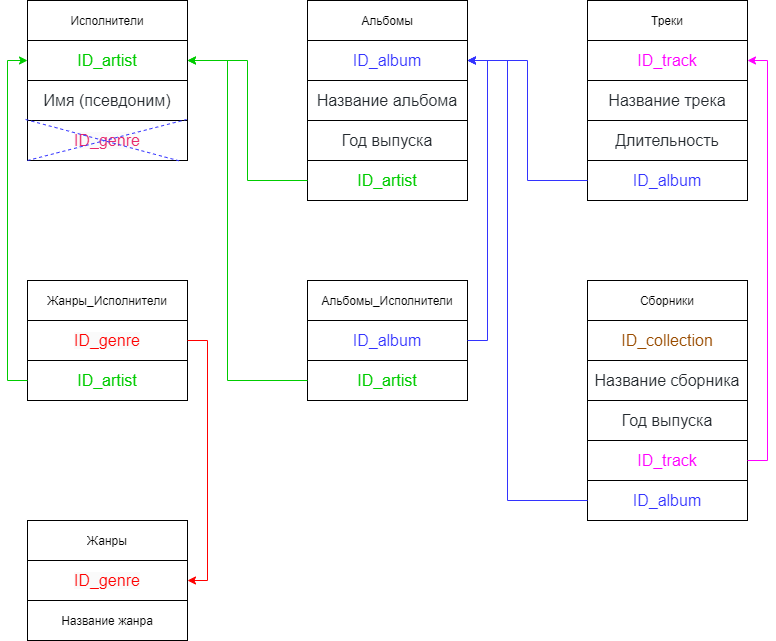
Above: 21.08.2021_database_diagram_#2.png in Iusar/SQL_3 (draw.io), before the change. Source tidied: cells renumbered, new cells last; positions are measured from the earlier drawing's top-left corner, leaving out a move shared by most shapes.
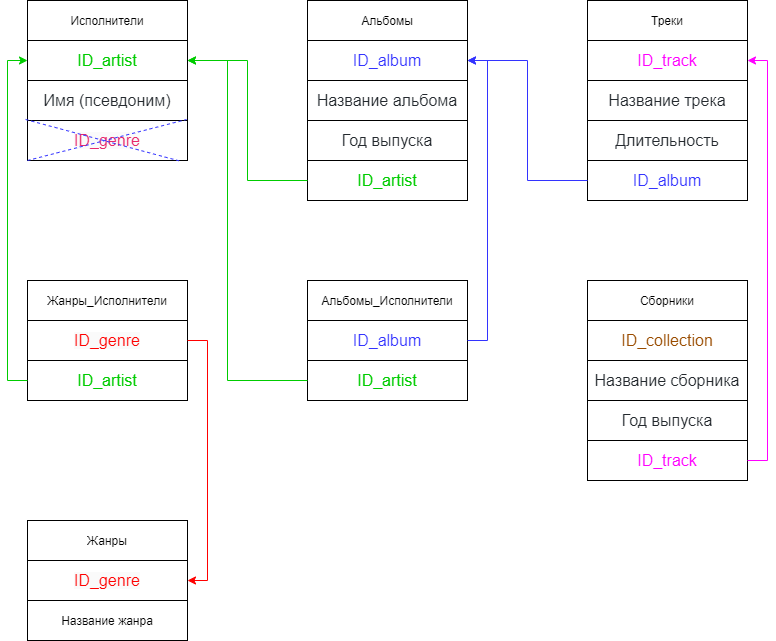
Above is the later version.

Commit message:
Diagram corrected

The edit, as a diff of the source:
```diff
@@ -232,7 +232,7 @@
       </mxGeometry>
     </mxCell>
     <mxCell id="64" style="shape=table;startSize=0;" parent="1" vertex="1">
-      <mxGeometry x="580" y="280" width="160" height="240" as="geometry" />
+      <mxGeometry x="580" y="280" width="160" height="200" as="geometry" />
     </mxCell>
     <mxCell id="65" style="shape=partialRectangle;fillColor=none;top=0;left=0;bottom=0;right=0;" parent="64" vertex="1">
       <mxGeometry width="160" height="40" as="geometry" />
@@ -264,18 +264,12 @@
     <mxCell id="74" value="&lt;span style=&quot;font-size: 16px&quot;&gt;&lt;font color=&quot;#ff00ff&quot;&gt;ID_track&lt;/font&gt;&lt;/span&gt;" style="shape=partialRectangle;html=1;whiteSpace=wrap;overflow=hidden;fillColor=none;top=0;left=0;bottom=0;right=0;" parent="73" vertex="1">
       <mxGeometry width="160" height="40" as="geometry" />
     </mxCell>
-    <mxCell id="75" style="shape=partialRectangle;fillColor=none;top=0;left=0;bottom=0;right=0;points=[[0,0.5],[1,0.5]];portConstraint=eastwest;" parent="64" vertex="1">
-      <mxGeometry y="200" width="160" height="40" as="geometry" />
-    </mxCell>
-    <mxCell id="76" value="&lt;span style=&quot;color: rgb(51 , 51 , 255) ; font-size: 16px&quot;&gt;ID_album&lt;/span&gt;" style="shape=partialRectangle;html=1;whiteSpace=wrap;overflow=hidden;fillColor=none;top=0;left=0;bottom=0;right=0;" parent="75" vertex="1">
-      <mxGeometry width="160" height="40" as="geometry" />
-    </mxCell>
     <mxCell id="77" style="endArrow=none;dashed=1;html=1;strokeColor=#3333FF;entryX=0.994;entryY=-0.025;entryDx=0;entryDy=0;entryPerimeter=0;" parent="1" edge="1" target="9">
       <mxGeometry relative="1" as="geometry">
         <mxPoint x="20" y="160" as="sourcePoint" />
       </mxGeometry>
     </mxCell>
-    <mxCell id="78" style="edgeStyle=orthogonalEdgeStyle;rounded=0;jettySize=auto;html=1;exitX=0;exitY=0.5;exitDx=0;exitDy=0;strokeColor=#3333FF;" parent="1" edge="1" source="75">
+    <mxCell id="78" style="edgeStyle=orthogonalEdgeStyle;rounded=0;jettySize=auto;html=1;exitX=0;exitY=0.5;exitDx=0;exitDy=0;strokeColor=#3333FF;" parent="1" edge="1" source="x">
       <mxGeometry relative="1" as="geometry">
         <mxPoint x="460" y="60" as="targetPoint" />
         <Array as="points">
```
